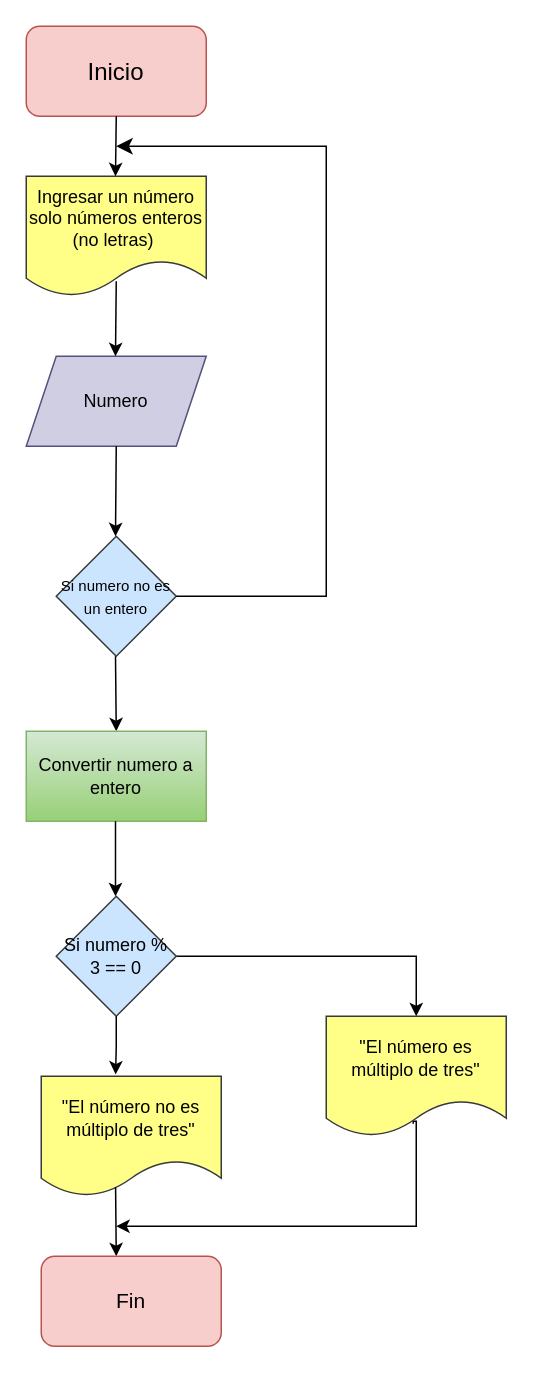
Earlier version of the draw.io diagram Diagrama sin título.drawio (leodan87/demo-05-tarea). Source tidied: cells renumbered, new cells numbered last; positions are measured from the earlier drawing's top-left corner, leaving out a move shared by most shapes. Both pictures are drawn from the tidied source at 150%, with x=0, y=0 at pixel (26, 26).
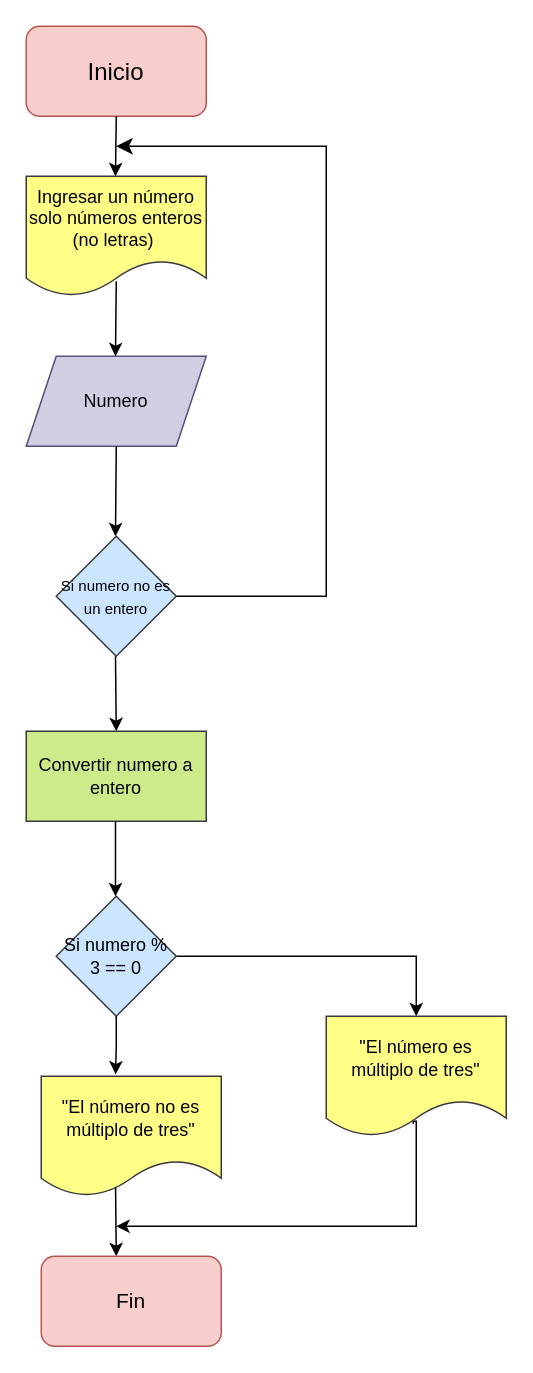
Above is the later version.

Commit message:
multiplo de tres

Change to the diagram source:
```diff
@@
-    <mxCell id="11" value="Convertir numero a entero" style="rounded=0;whiteSpace=wrap;html=1;fillColor=#d5e8d4;gradientColor=#97d077;strokeColor=#82b366;" parent="1" vertex="1">
+    <mxCell id="11" value="Convertir numero a entero" style="rounded=0;whiteSpace=wrap;html=1;fillColor=#cdeb8b;strokeColor=#36393d;" parent="1" vertex="1">
       <mxGeometry y="470" width="120" height="60" as="geometry" />
     </mxCell>
```
